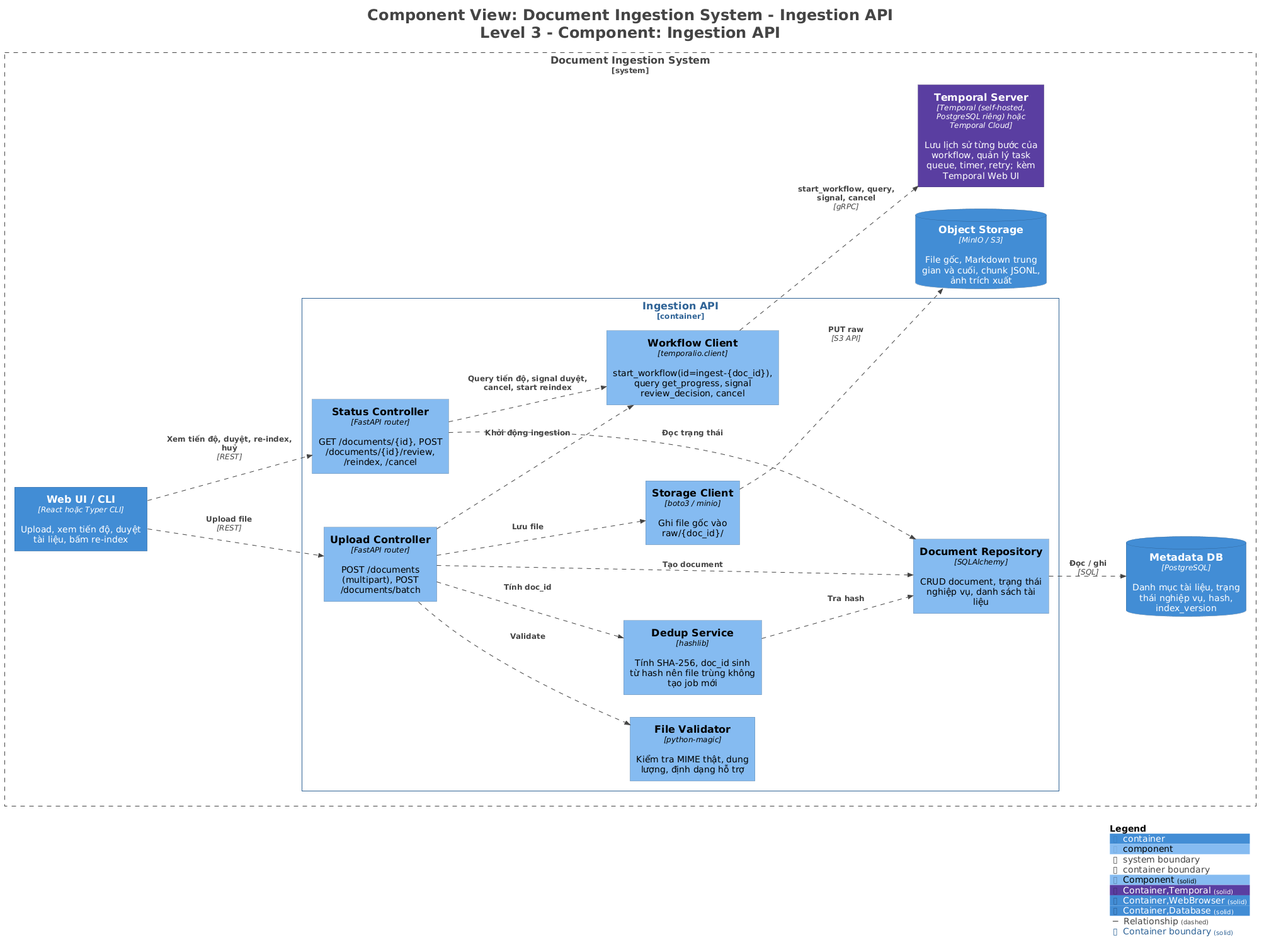
The PlantUML diagram docs/architecture/diagrams/L3-IngestionAPI.png in duypon2601/mdDocument, before a commit.
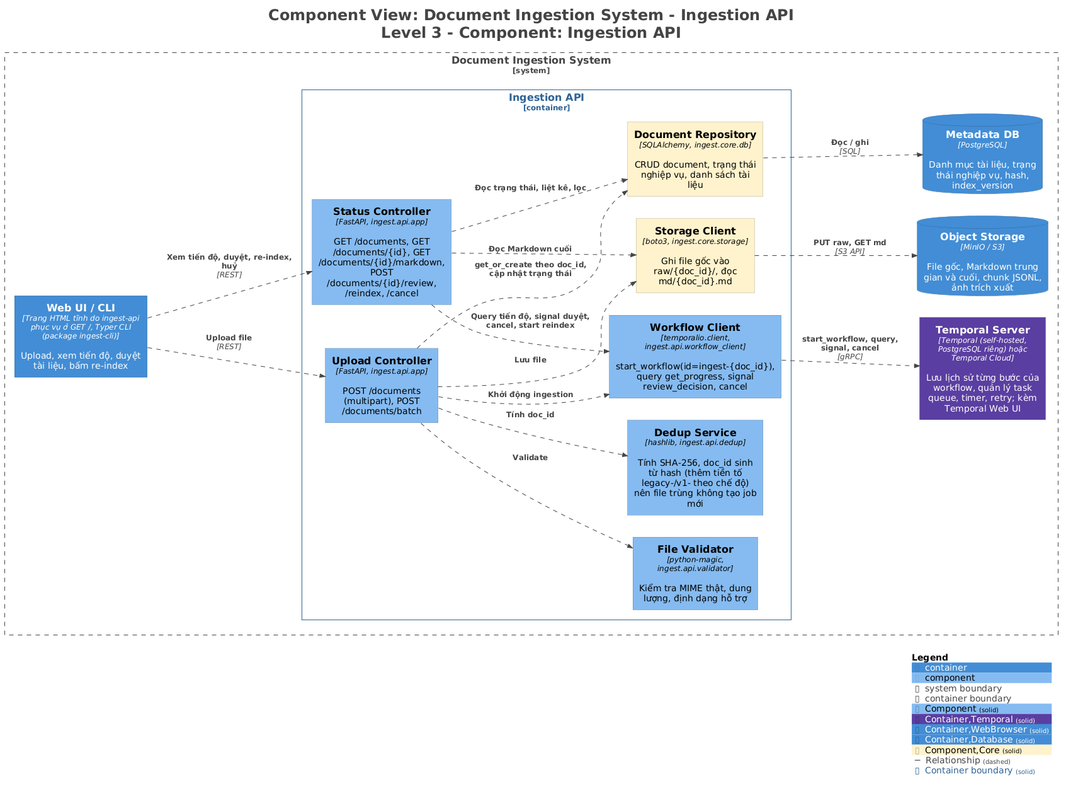
After the change.

Diff of the diagram source:
```diff
@@ -20,6 +20,7 @@
 AddElementTag("Container,Temporal", $bgColor="#5b3fa0", $borderColor="#3f2c70", $fontColor="#ffffff", $sprite="", $shadowing="", $borderStyle="solid")
 AddElementTag("Container,WebBrowser", $bgColor="#438dd5", $borderColor="#2e6295", $fontColor="#ffffff", $sprite="", $shadowing="", $borderStyle="solid")
 AddElementTag("Container,Database", $bgColor="#438dd5", $borderColor="#2e6295", $fontColor="#ffffff", $sprite="", $shadowing="", $borderStyle="solid")
+AddElementTag("Component,Core", $bgColor="#fff2cc", $borderColor="#b2a98e", $fontColor="#000000", $sprite="", $shadowing="", $borderStyle="solid")
 
 AddRelTag("Relationship", $textColor="#444444", $lineColor="#444444", $lineStyle = DashedLine())
 
@@ -27,32 +28,32 @@
 
 System_Boundary("DocumentIngestionSystem_boundary", "Document Ingestion System", $tags="Software System") {
   Container_Boundary("DocumentIngestionSystem.IngestionAPI_boundary", "Ingestion API", $tags="Container") {
-    Component(DocumentIngestionSystem.IngestionAPI.UploadController, "Upload Controller", $techn="FastAPI router", $descr="POST /documents (multipart), POST /documents/batch", $tags="Component", $link="")
-    Component(DocumentIngestionSystem.IngestionAPI.StatusController, "Status Controller", $techn="FastAPI router", $descr="GET /documents/{id}, POST /documents/{id}/review, /reindex, /cancel", $tags="Component", $link="")
-    Component(DocumentIngestionSystem.IngestionAPI.FileValidator, "File Validator", $techn="python-magic", $descr="Kiểm tra MIME thật, dung lượng, định dạng hỗ trợ", $tags="Component", $link="")
-    Component(DocumentIngestionSystem.IngestionAPI.DedupService, "Dedup Service", $techn="hashlib", $descr="Tính SHA-256, doc_id sinh từ hash nên file trùng không tạo job mới", $tags="Component", $link="")
-    Component(DocumentIngestionSystem.IngestionAPI.StorageClient, "Storage Client", $techn="boto3 / minio", $descr="Ghi file gốc vào raw/{doc_id}/", $tags="Component", $link="")
-    Component(DocumentIngestionSystem.IngestionAPI.DocumentRepository, "Document Repository", $techn="SQLAlchemy", $descr="CRUD document, trạng thái nghiệp vụ, danh sách tài liệu", $tags="Component", $link="")
-    Component(DocumentIngestionSystem.IngestionAPI.WorkflowClient, "Workflow Client", $techn="temporalio.client", $descr="start_workflow(id=ingest-{doc_id}), query get_progress, signal review_decision, cancel", $tags="Component", $link="")
+    Component(DocumentIngestionSystem.IngestionAPI.UploadController, "Upload Controller", $techn="FastAPI, ingest.api.app", $descr="POST /documents (multipart), POST /documents/batch", $tags="Component", $link="")
+    Component(DocumentIngestionSystem.IngestionAPI.StatusController, "Status Controller", $techn="FastAPI, ingest.api.app", $descr="GET /documents, GET /documents/{id}, GET /documents/{id}/markdown, POST /documents/{id}/review, /reindex, /cancel", $tags="Component", $link="")
+    Component(DocumentIngestionSystem.IngestionAPI.FileValidator, "File Validator", $techn="python-magic, ingest.api.validator", $descr="Kiểm tra MIME thật, dung lượng, định dạng hỗ trợ", $tags="Component", $link="")
+    Component(DocumentIngestionSystem.IngestionAPI.DedupService, "Dedup Service", $techn="hashlib, ingest.api.dedup", $descr="Tính SHA-256, doc_id sinh từ hash (thêm tiền tố legacy-/v1- theo chế độ) nên file trùng không tạo job mới", $tags="Component", $link="")
+    Component(DocumentIngestionSystem.IngestionAPI.StorageClient, "Storage Client", $techn="boto3, ingest.core.storage", $descr="Ghi file gốc vào raw/{doc_id}/, đọc md/{doc_id}.md", $tags="Component,Core", $link="")
+    Component(DocumentIngestionSystem.IngestionAPI.DocumentRepository, "Document Repository", $techn="SQLAlchemy, ingest.core.db", $descr="CRUD document, trạng thái nghiệp vụ, danh sách tài liệu", $tags="Component,Core", $link="")
+    Component(DocumentIngestionSystem.IngestionAPI.WorkflowClient, "Workflow Client", $techn="temporalio.client, ingest.api.workflow_client", $descr="start_workflow(id=ingest-{doc_id}), query get_progress, signal review_decision, cancel", $tags="Component", $link="")
   }
 
   Container(DocumentIngestionSystem.TemporalServer, "Temporal Server", $techn="Temporal (self-hosted, PostgreSQL riêng) hoặc Temporal Cloud", $descr="Lưu lịch sử từng bước của workflow, quản lý task queue, timer, retry; kèm Temporal Web UI", $tags="Container,Temporal", $link="")
   ContainerDb(DocumentIngestionSystem.ObjectStorage, "Object Storage", $techn="MinIO / S3", $descr="File gốc, Markdown trung gian và cuối, chunk JSONL, ảnh trích xuất", $tags="Container,Database", $link="")
   ContainerDb(DocumentIngestionSystem.MetadataDB, "Metadata DB", $techn="PostgreSQL", $descr="Danh mục tài liệu, trạng thái nghiệp vụ, hash, index_version", $tags="Container,Database", $link="")
-  Container(DocumentIngestionSystem.WebUICLI, "Web UI / CLI", $techn="React hoặc Typer CLI", $descr="Upload, xem tiến độ, duyệt tài liệu, bấm re-index", $tags="Container,WebBrowser", $link="")
+  Container(DocumentIngestionSystem.WebUICLI, "Web UI / CLI", $techn="Trang HTML tĩnh do ingest-api phục vụ ở GET /, Typer CLI (package ingest-cli)", $descr="Upload, xem tiến độ, duyệt tài liệu, bấm re-index", $tags="Container,WebBrowser", $link="")
 }
 
 Rel(DocumentIngestionSystem.WebUICLI, DocumentIngestionSystem.IngestionAPI.UploadController, "Upload file", $techn="REST", $tags="Relationship", $link="")
 Rel(DocumentIngestionSystem.WebUICLI, DocumentIngestionSystem.IngestionAPI.StatusController, "Xem tiến độ, duyệt, re-index, huỷ", $techn="REST", $tags="Relationship", $link="")
 Rel(DocumentIngestionSystem.IngestionAPI.UploadController, DocumentIngestionSystem.IngestionAPI.FileValidator, "Validate", $techn="", $tags="Relationship", $link="")
 Rel(DocumentIngestionSystem.IngestionAPI.UploadController, DocumentIngestionSystem.IngestionAPI.DedupService, "Tính doc_id", $techn="", $tags="Relationship", $link="")
-Rel(DocumentIngestionSystem.IngestionAPI.DedupService, DocumentIngestionSystem.IngestionAPI.DocumentRepository, "Tra hash", $techn="", $tags="Relationship", $link="")
 Rel(DocumentIngestionSystem.IngestionAPI.UploadController, DocumentIngestionSystem.IngestionAPI.StorageClient, "Lưu file", $techn="", $tags="Relationship", $link="")
-Rel(DocumentIngestionSystem.IngestionAPI.UploadController, DocumentIngestionSystem.IngestionAPI.DocumentRepository, "Tạo document", $techn="", $tags="Relationship", $link="")
+Rel(DocumentIngestionSystem.IngestionAPI.UploadController, DocumentIngestionSystem.IngestionAPI.DocumentRepository, "get_or_create theo doc_id, cập nhật trạng thái", $techn="", $tags="Relationship", $link="")
 Rel(DocumentIngestionSystem.IngestionAPI.UploadController, DocumentIngestionSystem.IngestionAPI.WorkflowClient, "Khởi động ingestion", $techn="", $tags="Relationship", $link="")
-Rel(DocumentIngestionSystem.IngestionAPI.StatusController, DocumentIngestionSystem.IngestionAPI.DocumentRepository, "Đọc trạng thái", $techn="", $tags="Relationship", $link="")
+Rel(DocumentIngestionSystem.IngestionAPI.StatusController, DocumentIngestionSystem.IngestionAPI.DocumentRepository, "Đọc trạng thái, liệt kê, lọc", $techn="", $tags="Relationship", $link="")
+Rel(DocumentIngestionSystem.IngestionAPI.StatusController, DocumentIngestionSystem.IngestionAPI.StorageClient, "Đọc Markdown cuối", $techn="", $tags="Relationship", $link="")
 Rel(DocumentIngestionSystem.IngestionAPI.StatusController, DocumentIngestionSystem.IngestionAPI.WorkflowClient, "Query tiến độ, signal duyệt, cancel, start reindex", $techn="", $tags="Relationship", $link="")
-Rel(DocumentIngestionSystem.IngestionAPI.StorageClient, DocumentIngestionSystem.ObjectStorage, "PUT raw", $techn="S3 API", $tags="Relationship", $link="")
+Rel(DocumentIngestionSystem.IngestionAPI.StorageClient, DocumentIngestionSystem.ObjectStorage, "PUT raw, GET md", $techn="S3 API", $tags="Relationship", $link="")
 Rel(DocumentIngestionSystem.IngestionAPI.DocumentRepository, DocumentIngestionSystem.MetadataDB, "Đọc / ghi", $techn="SQL", $tags="Relationship", $link="")
 Rel(DocumentIngestionSystem.IngestionAPI.WorkflowClient, DocumentIngestionSystem.TemporalServer, "start_workflow, query, signal, cancel", $techn="gRPC", $tags="Relationship", $link="")
 
```
